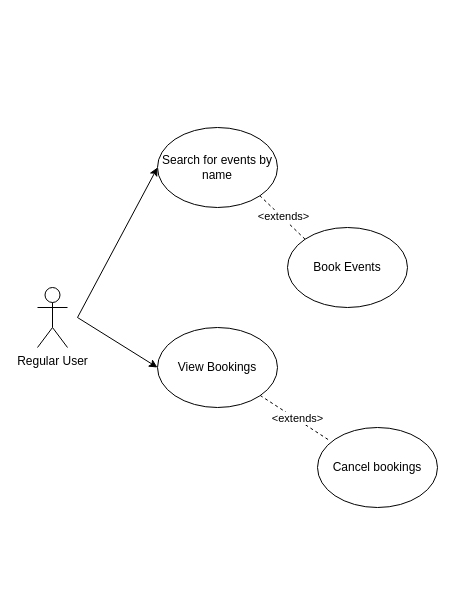
This is Use Cae Diagram for Venue Staff.drawio from amipl/CatApp, a draw.io file, before an edit. Source tidied: cells renumbered, new cells numbered last; positions are measured from the earlier drawing's top-left corner, leaving out a move shared by most shapes. Both pictures are drawn from the tidied source at 100%, with x=0, y=0 at pixel (37, 127).
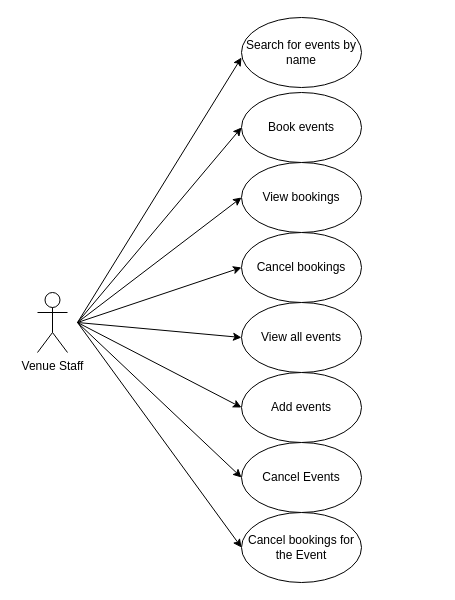
After the change.

Diff of the diagram source:
```diff
@@
-    <mxCell id="2" value="Regular User" style="shape=umlActor;verticalLabelPosition=bottom;verticalAlign=top;html=1;labelPerimeter=1;" parent="1" vertex="1">
-      <mxGeometry y="160" width="30" height="60" as="geometry" />
+    <mxCell id="2" value="Venue Staff" style="shape=umlActor;verticalLabelPosition=bottom;verticalAlign=top;html=1;labelPerimeter=1;" parent="1" vertex="1">
+      <mxGeometry y="165" width="30" height="60" as="geometry" />
     </mxCell>
     <mxCell id="3" value="Search for events by name" style="ellipse;whiteSpace=wrap;html=1;shapeInside=1;" parent="1" vertex="1">
-      <mxGeometry x="120" width="120" height="80" as="geometry" />
+      <mxGeometry x="204" y="-110" width="120" height="70" as="geometry" />
     </mxCell>
-    <mxCell id="4" value="Book Events" style="ellipse;whiteSpace=wrap;html=1;shapeInside=1;" parent="1" vertex="1">
-      <mxGeometry x="250" y="100" width="120" height="80" as="geometry" />
-    </mxCell>
-    <mxCell id="5" value="View Bookings" style="ellipse;whiteSpace=wrap;html=1;shapeInside=1;" parent="1" vertex="1">
-      <mxGeometry x="120" y="200" width="120" height="80" as="geometry" />
-    </mxCell>
-    <mxCell id="6" value="Cancel bookings" style="ellipse;whiteSpace=wrap;html=1;shapeInside=1;" parent="1" vertex="1">
-      <mxGeometry x="280" y="300" width="120" height="80" as="geometry" />
-    </mxCell>
-    <mxCell id="7" style="endArrow=classic;html=1;rounded=0;defaultLabelBackgroundColor=page;entryX=0;entryY=0.5;entryDx=0;entryDy=0;" parent="1" edge="1" target="3">
+    <mxCell id="7" style="endArrow=classic;html=1;rounded=0;defaultLabelBackgroundColor=page;entryX=0;entryY=0.5;entryDx=0;entryDy=0;" parent="1" edge="1">
       <mxGeometry relative="1" as="geometry">
-        <mxPoint x="40" y="190" as="sourcePoint" />
+        <mxPoint x="40" y="195" as="sourcePoint" />
+        <mxPoint x="204" y="-70" as="targetPoint" />
       </mxGeometry>
     </mxCell>
-    <mxCell id="8" style="endArrow=classic;html=1;rounded=0;defaultLabelBackgroundColor=page;entryX=0;entryY=0.5;entryDx=0;entryDy=0;" parent="1" edge="1" target="5">
+    <mxCell id="8" style="endArrow=classic;html=1;rounded=0;defaultLabelBackgroundColor=page;entryX=0;entryY=0.5;entryDx=0;entryDy=0;" parent="1" edge="1" target="15">
       <mxGeometry relative="1" as="geometry">
-        <mxPoint x="40" y="190" as="sourcePoint" />
+        <mxPoint x="40" y="195" as="sourcePoint" />
       </mxGeometry>
     </mxCell>
-    <mxCell id="9" style="endArrow=none;dashed=1;html=1;rounded=0;defaultLabelBackgroundColor=page;exitX=0;exitY=0;exitDx=0;exitDy=0;entryX=1;entryY=1;entryDx=0;entryDy=0;" parent="1" edge="1" source="4" target="3">
-      <mxGeometry relative="1" as="geometry" />
-    </mxCell>
-    <mxCell id="10" value="&amp;lt;extends&amp;gt;" style="edgeLabel;html=1;align=center;verticalAlign=middle;inheritText=1;defaultLabelBackgroundColor=page;" parent="9" vertex="1">
-      <mxGeometry x="0.02" y="-2" relative="1" as="geometry" />
-    </mxCell>
-    <mxCell id="11" style="endArrow=none;dashed=1;html=1;rounded=0;defaultLabelBackgroundColor=page;exitX=0.088;exitY=0.15;exitDx=0;exitDy=0;exitPerimeter=0;" parent="1" edge="1" source="6" target="5">
-      <mxGeometry relative="1" as="geometry" />
-    </mxCell>
-    <mxCell id="12" value="&amp;lt;extends&amp;gt;" style="edgeLabel;html=1;align=center;verticalAlign=middle;inheritText=1;defaultLabelBackgroundColor=page;" parent="11" vertex="1">
-      <mxGeometry x="-0.05" y="-1" relative="1" as="geometry" />
-    </mxCell>
+    <mxCell id="13" value="View bookings" style="ellipse;whiteSpace=wrap;html=1;shapeInside=1;" parent="1" vertex="1">
+      <mxGeometry x="204" y="35" width="120" height="70" as="geometry" />
+    </mxCell>
+    <mxCell id="14" value="Cancel bookings for the Event" style="ellipse;whiteSpace=wrap;html=1;shapeInside=1;" parent="1" vertex="1">
+      <mxGeometry x="204" y="385" width="120" height="70" as="geometry" />
+    </mxCell>
+    <mxCell id="15" value="Cancel Events" style="ellipse;whiteSpace=wrap;html=1;shapeInside=1;" parent="1" vertex="1">
+      <mxGeometry x="204" y="315" width="120" height="70" as="geometry" />
+    </mxCell>
+    <mxCell id="16" value="Add events" style="ellipse;whiteSpace=wrap;html=1;shapeInside=1;" parent="1" vertex="1">
+      <mxGeometry x="204" y="245" width="120" height="70" as="geometry" />
+    </mxCell>
+    <mxCell id="17" value="View all events" style="ellipse;whiteSpace=wrap;html=1;shapeInside=1;" parent="1" vertex="1">
+      <mxGeometry x="204" y="175" width="120" height="70" as="geometry" />
+    </mxCell>
+    <mxCell id="6" value="Cancel bookings" style="ellipse;whiteSpace=wrap;html=1;shapeInside=1;" parent="1" vertex="1">
+      <mxGeometry x="204" y="105" width="120" height="70" as="geometry" />
+    </mxCell>
+    <mxCell id="18" value="Book events" style="ellipse;whiteSpace=wrap;html=1;shapeInside=1;" parent="1" vertex="1">
+      <mxGeometry x="204" y="-35" width="120" height="70" as="geometry" />
+    </mxCell>
+    <mxCell id="19" style="endArrow=classic;html=1;rounded=0;defaultLabelBackgroundColor=page;entryX=0;entryY=0.5;entryDx=0;entryDy=0;" parent="1" edge="1" target="18">
+      <mxGeometry relative="1" as="geometry">
+        <mxPoint x="40" y="195" as="sourcePoint" />
+      </mxGeometry>
+    </mxCell>
+    <mxCell id="20" style="endArrow=classic;html=1;rounded=0;defaultLabelBackgroundColor=page;entryX=0;entryY=0.5;entryDx=0;entryDy=0;" parent="1" edge="1" target="13">
+      <mxGeometry relative="1" as="geometry">
+        <mxPoint x="40" y="195" as="sourcePoint" />
+      </mxGeometry>
+    </mxCell>
+    <mxCell id="21" style="endArrow=classic;html=1;rounded=0;defaultLabelBackgroundColor=page;entryX=0;entryY=0.5;entryDx=0;entryDy=0;" parent="1" edge="1" target="6">
+      <mxGeometry relative="1" as="geometry">
+        <mxPoint x="40" y="195" as="sourcePoint" />
+      </mxGeometry>
+    </mxCell>
+    <mxCell id="22" style="endArrow=classic;html=1;rounded=0;defaultLabelBackgroundColor=page;entryX=0;entryY=0.5;entryDx=0;entryDy=0;" parent="1" edge="1" target="16">
+      <mxGeometry relative="1" as="geometry">
+        <mxPoint x="40" y="195" as="sourcePoint" />
+      </mxGeometry>
+    </mxCell>
+    <mxCell id="23" style="endArrow=classic;html=1;rounded=0;defaultLabelBackgroundColor=page;entryX=0;entryY=0.5;entryDx=0;entryDy=0;" parent="1" edge="1" target="14">
+      <mxGeometry relative="1" as="geometry">
+        <mxPoint x="40" y="195" as="sourcePoint" />
+      </mxGeometry>
+    </mxCell>
+    <mxCell id="24" style="endArrow=classic;html=1;rounded=0;defaultLabelBackgroundColor=page;entryX=0;entryY=0.5;entryDx=0;entryDy=0;" parent="1" edge="1" target="17">
+      <mxGeometry relative="1" as="geometry">
+        <mxPoint x="40" y="195" as="sourcePoint" />
+      </mxGeometry>
+    </mxCell>
```
